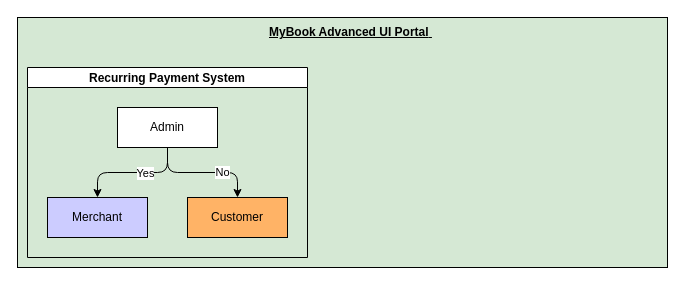
This is Untitled Diagram.drawio from kk-ecu/tobedeleted, a draw.io file, before an edit. Source tidied: cells renumbered, new cells numbered last; positions are measured from the earlier drawing's top-left corner, leaving out a move shared by most shapes. Both pictures are drawn from the tidied source at 100%, with x=0, y=0 at pixel (17, 17).
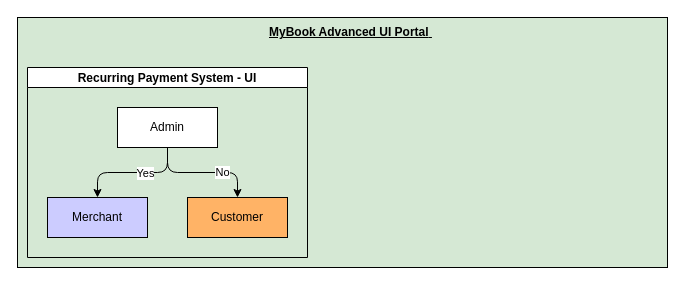
The same diagram, later.

Diff of the diagram source:
```diff
@@
 <mxGraphModel>
   <root>
     <mxCell id="0" />
     <mxCell id="1" parent="0" />
     <mxCell id="2" style="rounded=0;whiteSpace=wrap;html=1;fillColor=#D5E8D4;" parent="1" vertex="1">
       <mxGeometry width="650" height="250" as="geometry" />
     </mxCell>
     <mxCell id="3" value="&lt;div style=&quot;&quot;&gt;&lt;span style=&quot;background-color: initial;&quot;&gt;MyBook Advanced UI Portal&lt;/span&gt;&lt;span style=&quot;background-color: initial; text-wrap: nowrap; color: rgba(0, 0, 0, 0); font-family: monospace; font-size: 0px;&quot;&gt;%3 CmxGraphModel%3E%3Croot%3E%3CmxCell%20id%3D%220%22%2F%3E%3CmxCell%20id%3D%221%22%20parent%3D%220%22%2F%3E%3CmxCell%20id%3D%222%22%20value%3D%22c%22%20style%3D%22ellipse%3BwhiteSpace%3Dwrap%3Bhtml%3D1%3B%22%20vertex%3D%221%22%20parent%3D%221%22%3E%3CmxGeometry%20x%3D%22340%22%20y%3D%22470%22%20width%3D%2210%22%20height%3D%2210%22%20as%3D%22geometry%22%2F%3E%3C%2FmxCell%3E%3C%2Froot%3E%3C%2FmxGraphModel%3E&lt;/span&gt;&lt;span style=&quot;background-color: initial;&quot;&gt;&amp;nbsp;&lt;/span&gt;&lt;/div&gt;" style="text;html=1;align=left;verticalAlign=middle;whiteSpace=wrap;rounded=1;fontStyle=5;" parent="1" vertex="1">
       <mxGeometry x="250" width="190" height="30" as="geometry" />
     </mxCell>
-    <mxCell id="4" value="Recurring Payment System" style="swimlane;startSize=20;horizontal=1;horizontalTree=0;containerType=tree;fontSize=12;" parent="1" vertex="1">
+    <mxCell id="4" value="Recurring Payment System - UI" style="swimlane;startSize=20;horizontal=1;horizontalTree=0;containerType=tree;fontSize=12;" parent="1" vertex="1">
       <mxGeometry x="10" y="50" width="280" height="190" as="geometry" />
     </mxCell>
     <mxCell id="5" value="Admin" style="whiteSpace=wrap;html=1;" parent="4" vertex="1">
       <mxGeometry x="90" y="40" width="100" height="40" as="geometry" />
     </mxCell>
     <mxCell id="6" value="Merchant" style="whiteSpace=wrap;html=1;fillColor=#CCCCFF;" parent="4" vertex="1">
       <mxGeometry x="20" y="130" width="100" height="40" as="geometry" />
     </mxCell>
     <mxCell id="7" style="edgeStyle=elbowEdgeStyle;elbow=vertical;html=1;rounded=1;curved=0;sourcePerimeterSpacing=0;targetPerimeterSpacing=0;startSize=6;endSize=6;" parent="4" edge="1" source="5" target="6">
       <mxGeometry relative="1" as="geometry" />
     </mxCell>
     <mxCell id="8" value="Yes" style="edgeLabel;html=1;align=center;verticalAlign=middle;" parent="7" vertex="1">
       <mxGeometry x="-0.2" relative="1" as="geometry" />
     </mxCell>
     <mxCell id="9" value="Customer" style="whiteSpace=wrap;html=1;fillColor=#FFB366;" parent="4" vertex="1">
       <mxGeometry x="160" y="130" width="100" height="40" as="geometry" />
     </mxCell>
     <mxCell id="10" style="edgeStyle=elbowEdgeStyle;elbow=vertical;html=1;rounded=1;curved=0;sourcePerimeterSpacing=0;targetPerimeterSpacing=0;startSize=6;endSize=6;" parent="4" edge="1" source="5" target="9">
       <mxGeometry relative="1" as="geometry" />
     </mxCell>
     <mxCell id="11" value="No" style="edgeLabel;html=1;align=center;verticalAlign=middle;" parent="10" vertex="1">
       <mxGeometry x="0.32" y="1" relative="1" as="geometry" />
     </mxCell>
   </root>
 </mxGraphModel>
```
